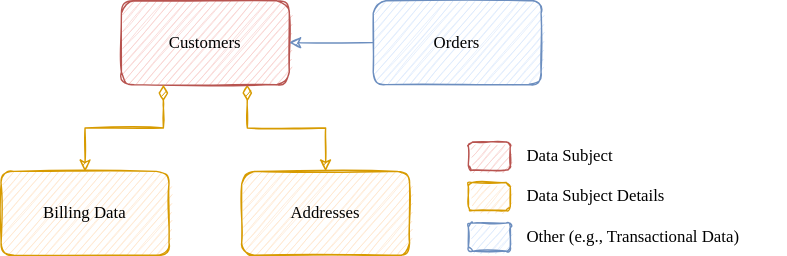
The draw.io diagram guides/data-privacy/assets/Data-Subjects.drawio.svg in cap-js/docs, before a commit. Source tidied: cells renumbered, new cells last; positions are measured from the earlier drawing's top-left corner, leaving out a move shared by most shapes.
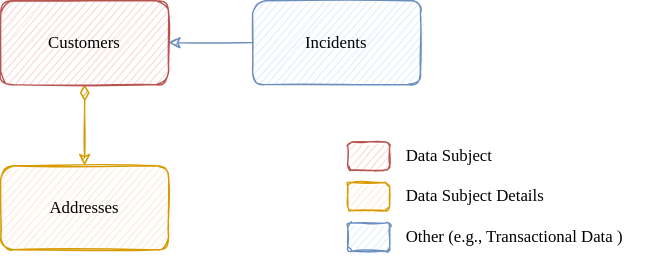
The same file after the commit.

Commit message:
Revised data privacy guides

What changed in the source:
```diff
@@ -2,7 +2,7 @@
   <root>
     <mxCell id="0" />
     <mxCell id="1" parent="0" />
-    <mxCell id="2" style="edgeStyle=orthogonalEdgeStyle;rounded=0;jettySize=auto;html=1;startArrow=diamondThin;startFill=1;sketch=1;strokeWidth=1;fillColor=#ffe6cc;strokeColor=#d79b00;targetPerimeterSpacing=0;sourcePerimeterSpacing=0;startSize=9;fontFamily=Chalkboard, &quot;Comic Sans MS&quot;;exitX=0.75;exitY=1;exitDx=0;exitDy=0;fontColor=#000000;" parent="1" edge="1" source="3" target="5">
+    <mxCell id="2" style="edgeStyle=orthogonalEdgeStyle;rounded=0;jettySize=auto;html=1;startArrow=diamondThin;startFill=1;sketch=1;strokeWidth=1;fillColor=#ffe6cc;strokeColor=#d79b00;targetPerimeterSpacing=0;sourcePerimeterSpacing=0;startSize=9;fontFamily=Chalkboard, &quot;Comic Sans MS&quot;;fontColor=#000000;" parent="1" edge="1" source="3" target="5">
       <mxGeometry relative="1" as="geometry" />
     </mxCell>
     <mxCell id="3" value="Customers" style="rounded=1;whiteSpace=wrap;html=1;sketch=1;fontFamily=Chalkboard, &quot;Comic Sans MS&quot;;strokeWidth=1;fillColor=#f8cecc;strokeColor=#b85450;fontColor=#000000;" parent="1" vertex="1">
@@ -12,9 +12,9 @@
       <mxGeometry relative="1" as="geometry" />
     </mxCell>
     <mxCell id="5" value="Addresses" style="rounded=1;whiteSpace=wrap;html=1;sketch=1;fontFamily=Chalkboard, &quot;Comic Sans MS&quot;;strokeWidth=1;fillColor=#ffe6cc;strokeColor=#d79b00;fontColor=#000000;" parent="1" vertex="1">
-      <mxGeometry x="172" y="122" width="120" height="60" as="geometry" />
+      <mxGeometry x="86" y="118" width="120" height="60" as="geometry" />
     </mxCell>
-    <mxCell id="6" value="Orders" style="rounded=1;whiteSpace=wrap;html=1;sketch=1;fontFamily=Chalkboard, &quot;Comic Sans MS&quot;;strokeWidth=1;fillColor=#dae8fc;strokeColor=#6c8ebf;fontColor=#000000;" parent="1" vertex="1">
+    <mxCell id="6" value="Incidents" style="rounded=1;whiteSpace=wrap;html=1;sketch=1;fontFamily=Chalkboard, &quot;Comic Sans MS&quot;;strokeWidth=1;fillColor=#dae8fc;strokeColor=#6c8ebf;fontColor=#000000;" parent="1" vertex="1">
       <mxGeometry x="266" width="120" height="60" as="geometry" />
     </mxCell>
     <mxCell id="7" style="group;sketch=1;fontFamily=Chalkboard, &quot;Comic Sans MS&quot;;fontColor=#000000;" parent="1" vertex="1">
@@ -44,11 +44,5 @@
     <mxCell id="15" value="Other (e.g., Transactional Data&lt;span style=&quot;background-color: initial;&quot;&gt;)&lt;/span&gt;" style="text;html=1;align=left;verticalAlign=middle;strokeColor=none;fillColor=none;sketch=1;fontFamily=Chalkboard, &quot;Comic Sans MS&quot;;fontColor=#000000;" parent="13" vertex="1">
       <mxGeometry x="40" y="-3" width="187" height="26" as="geometry" />
     </mxCell>
-    <mxCell id="16" value="Billing Data" style="rounded=1;whiteSpace=wrap;html=1;sketch=1;fontFamily=Chalkboard, &quot;Comic Sans MS&quot;;strokeWidth=1;fillColor=#ffe6cc;strokeColor=#d79b00;fontColor=#000000;" parent="1" vertex="1">
-      <mxGeometry y="122" width="120" height="60" as="geometry" />
-    </mxCell>
-    <mxCell id="17" style="edgeStyle=orthogonalEdgeStyle;rounded=0;jettySize=auto;html=1;startArrow=diamondThin;startFill=1;sketch=1;strokeWidth=1;fillColor=#ffe6cc;strokeColor=#d79b00;targetPerimeterSpacing=0;sourcePerimeterSpacing=0;startSize=9;fontFamily=Chalkboard, &quot;Comic Sans MS&quot;;exitX=0.25;exitY=1;exitDx=0;exitDy=0;entryX=0.5;entryY=0;entryDx=0;entryDy=0;fontColor=#000000;" parent="1" edge="1" source="3" target="16">
-      <mxGeometry relative="1" as="geometry" />
-    </mxCell>
   </root>
 </mxGraphModel>
```
